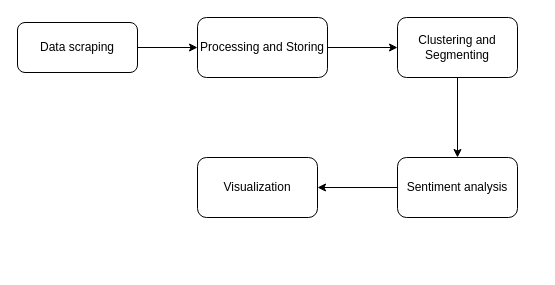
The draw.io diagram images/Banking.drawio in Angelectronic/Banking-Project-Journal-of-Computer-Science-and-Cybernetics, before the edit. Source tidied: cells renumbered, new cells numbered last; positions are measured from the earlier drawing's top-left corner, leaving out a move shared by most shapes. Both pictures are drawn from the tidied source at 100%, with x=0, y=0 at pixel (17, 17).
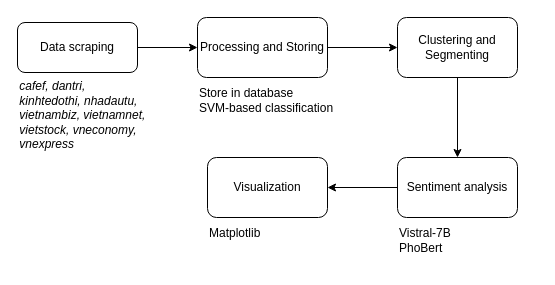
Above is the later version.

Commit message:
Cập nhật Banking.drawio

The edit, as a diff of the source:
```diff
@@
 <mxGraphModel>
   <root>
     <mxCell id="0" />
     <mxCell id="1" parent="0" />
     <mxCell id="2" style="edgeStyle=orthogonalEdgeStyle;rounded=0;jettySize=auto;html=1;" parent="1" edge="1" source="3" target="5">
       <mxGeometry relative="1" as="geometry" />
     </mxCell>
     <mxCell id="3" value="Data scraping" style="rounded=1;whiteSpace=wrap;html=1;fontSize=12;glass=0;strokeWidth=1;shadow=0;" parent="1" vertex="1">
       <mxGeometry y="5" width="120" height="50" as="geometry" />
     </mxCell>
     <mxCell id="4" style="edgeStyle=orthogonalEdgeStyle;rounded=0;jettySize=auto;html=1;" parent="1" edge="1" source="5" target="7">
       <mxGeometry relative="1" as="geometry" />
     </mxCell>
     <mxCell id="5" value="Processing and Storing" style="whiteSpace=wrap;html=1;rounded=1;glass=0;strokeWidth=1;shadow=0;" parent="1" vertex="1">
       <mxGeometry x="180" width="130" height="60" as="geometry" />
     </mxCell>
     <mxCell id="6" style="edgeStyle=orthogonalEdgeStyle;rounded=0;jettySize=auto;html=1;" parent="1" edge="1" source="7" target="9">
       <mxGeometry relative="1" as="geometry" />
     </mxCell>
     <mxCell id="7" value="Clustering and Segmenting" style="whiteSpace=wrap;html=1;rounded=1;glass=0;strokeWidth=1;shadow=0;" parent="1" vertex="1">
       <mxGeometry x="380" width="120" height="60" as="geometry" />
     </mxCell>
     <mxCell id="8" style="edgeStyle=orthogonalEdgeStyle;rounded=0;jettySize=auto;html=1;" parent="1" edge="1" source="9" target="10">
       <mxGeometry relative="1" as="geometry" />
     </mxCell>
     <mxCell id="9" value="Sentiment analysis" style="whiteSpace=wrap;html=1;rounded=1;glass=0;strokeWidth=1;shadow=0;" parent="1" vertex="1">
       <mxGeometry x="380" y="140" width="120" height="60" as="geometry" />
     </mxCell>
     <mxCell id="10" value="Visualization" style="whiteSpace=wrap;html=1;rounded=1;glass=0;strokeWidth=1;shadow=0;" parent="1" vertex="1">
-      <mxGeometry x="180" y="140" width="120" height="60" as="geometry" />
+      <mxGeometry x="190" y="140" width="120" height="60" as="geometry" />
     </mxCell>
+    <mxCell id="11" value="&lt;div style=&quot;text-align: left;&quot;&gt;&lt;i style=&quot;background-color: initial;&quot;&gt;cafef,&amp;nbsp;dantri,&amp;nbsp;&lt;/i&gt;&lt;/div&gt;&lt;div style=&quot;text-align: left;&quot;&gt;&lt;i style=&quot;background-color: initial;&quot;&gt;kinhtedothi,&amp;nbsp;&lt;/i&gt;&lt;span style=&quot;background-color: initial;&quot;&gt;&lt;i&gt;nhadautu,&amp;nbsp;&lt;/i&gt;&lt;/span&gt;&lt;/div&gt;&lt;div style=&quot;text-align: left;&quot;&gt;&lt;span style=&quot;background-color: initial;&quot;&gt;&lt;i&gt;vietnambiz,&amp;nbsp;&lt;/i&gt;&lt;/span&gt;&lt;span style=&quot;background-color: initial;&quot;&gt;&lt;i&gt;vietnamnet,&amp;nbsp;&lt;/i&gt;&lt;/span&gt;&lt;/div&gt;&lt;div style=&quot;text-align: left;&quot;&gt;&lt;span style=&quot;background-color: initial;&quot;&gt;&lt;i&gt;vietstock,&amp;nbsp;&lt;/i&gt;&lt;/span&gt;&lt;span style=&quot;background-color: initial;&quot;&gt;&lt;i&gt;vneconomy,&amp;nbsp;&lt;/i&gt;&lt;/span&gt;&lt;/div&gt;&lt;div style=&quot;text-align: left;&quot;&gt;&lt;span style=&quot;background-color: initial;&quot;&gt;&lt;i&gt;vnexpress&lt;/i&gt;&lt;/span&gt;&lt;/div&gt;&lt;div&gt;&lt;span style=&quot;background-color: initial;&quot;&gt;&lt;i&gt;&lt;br&gt;&lt;/i&gt;&lt;/span&gt;&lt;/div&gt;" style="text;html=1;align=center;verticalAlign=middle;whiteSpace=wrap;rounded=0;" parent="1" vertex="1">
+      <mxGeometry x="7" y="65" width="120" height="80" as="geometry" />
+    </mxCell>
+    <mxCell id="12" value="Store in database&lt;div&gt;SVM-based classification&lt;/div&gt;" style="text;html=1;align=left;verticalAlign=middle;whiteSpace=wrap;rounded=0;" parent="1" vertex="1">
+      <mxGeometry x="180" y="55" width="140" height="55" as="geometry" />
+    </mxCell>
+    <mxCell id="13" value="Vistral-7B&lt;div&gt;PhoBert&lt;/div&gt;" style="text;html=1;align=left;verticalAlign=middle;whiteSpace=wrap;rounded=0;" parent="1" vertex="1">
+      <mxGeometry x="380" y="195" width="140" height="55" as="geometry" />
+    </mxCell>
+    <mxCell id="14" value="Matplotlib" style="text;html=1;align=left;verticalAlign=middle;whiteSpace=wrap;rounded=0;" parent="1" vertex="1">
+      <mxGeometry x="190" y="188" width="140" height="55" as="geometry" />
+    </mxCell>
   </root>
 </mxGraphModel>
```
